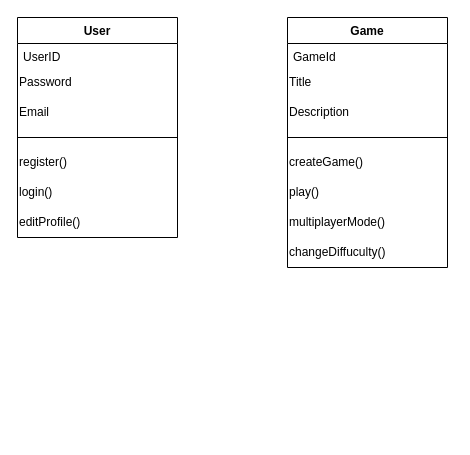
Above: System Design.drawio in sirfan123/1530 (draw.io), before the change. Source tidied: cells renumbered, new cells numbered last; positions are measured from the earlier drawing's top-left corner, leaving out a move shared by most shapes. Both pictures are drawn from the tidied source at 100%, with x=0, y=0 at pixel (17, 17).
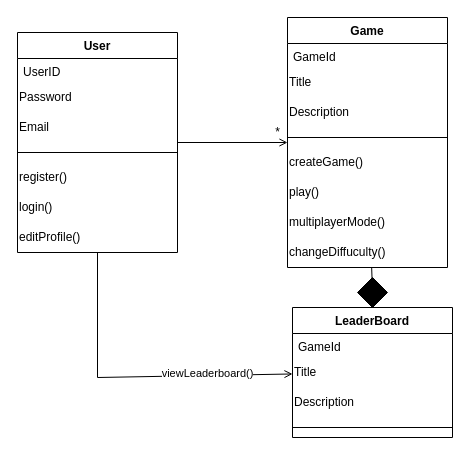
The same diagram, later.

The change refers to these unchanged cells:
```xml
<mxCell id="10" value="Game" style="swimlane;fontStyle=1;align=center;verticalAlign=top;horizontal=1;startSize=26;whiteSpace=wrap;html=1;" parent="1" vertex="1">
  <mxGeometry x="270" width="160" height="250" as="geometry" />
</mxCell>
```

Change to the diagram source:
```diff
@@
     <mxCell id="2" value="User" style="swimlane;fontStyle=1;align=center;verticalAlign=top;horizontal=1;startSize=26;whiteSpace=wrap;html=1;" parent="1" vertex="1">
-      <mxGeometry width="160" height="220" as="geometry" />
+      <mxGeometry y="15" width="160" height="220" as="geometry" />
     </mxCell>
@@
+    <mxCell id="19" style="endArrow=open;html=1;rounded=0;endFill=0;" parent="1" edge="1" source="2" target="10">
+      <mxGeometry relative="1" as="geometry" />
+    </mxCell>
+    <mxCell id="20" value="*" style="text;html=1;align=center;verticalAlign=middle;strokeColor=none;fillColor=none;" parent="1" vertex="1">
+      <mxGeometry x="245" y="100" width="30" height="30" as="geometry" />
+    </mxCell>
+    <mxCell id="21" value="LeaderBoard" style="swimlane;fontStyle=1;align=center;verticalAlign=top;horizontal=1;startSize=26;whiteSpace=wrap;html=1;" parent="1" vertex="1">
+      <mxGeometry x="275" y="290" width="160" height="130" as="geometry" />
+    </mxCell>
+    <mxCell id="22" value="GameId" style="text;strokeColor=none;fillColor=none;align=left;verticalAlign=top;spacingLeft=4;spacingRight=4;overflow=hidden;whiteSpace=wrap;html=1;" parent="21" vertex="1">
+      <mxGeometry y="26" width="160" height="24" as="geometry" />
+    </mxCell>
+    <mxCell id="23" value="Title" style="text;html=1;align=left;verticalAlign=middle;strokeColor=none;fillColor=none;" parent="21" vertex="1">
+      <mxGeometry y="50" width="160" height="30" as="geometry" />
+    </mxCell>
+    <mxCell id="24" value="Description" style="text;html=1;align=left;verticalAlign=middle;strokeColor=none;fillColor=none;" parent="21" vertex="1">
+      <mxGeometry y="80" width="160" height="30" as="geometry" />
+    </mxCell>
+    <mxCell id="25" style="line;strokeWidth=1;fillColor=none;align=left;verticalAlign=middle;spacingTop=-1;spacingLeft=3;spacingRight=3;labelPosition=right;strokeColor=inherit;" parent="21" vertex="1">
+      <mxGeometry y="110" width="160" height="20" as="geometry" />
+    </mxCell>
+    <mxCell id="26" style="endArrow=none;html=1;rounded=0;endFill=0;" parent="1" edge="1" source="28" target="21">
+      <mxGeometry relative="1" as="geometry" />
+    </mxCell>
+    <mxCell id="27" style="endArrow=none;html=1;rounded=0;endFill=0;" parent="1" edge="1" source="10" target="28">
+      <mxGeometry relative="1" as="geometry" />
+    </mxCell>
+    <mxCell id="28" style="rhombus;whiteSpace=wrap;html=1;fillColor=#000000;" parent="1" vertex="1">
+      <mxGeometry x="340" y="260" width="30" height="30" as="geometry" />
+    </mxCell>
+    <mxCell id="29" style="endArrow=open;html=1;rounded=0;endFill=0;" parent="1" edge="1" source="2" target="21">
+      <mxGeometry relative="1" as="geometry">
+        <Array as="points">
+          <mxPoint x="80" y="360" />
+        </Array>
+      </mxGeometry>
+    </mxCell>
+    <mxCell id="30" value="viewLeaderboard()" style="edgeLabel;html=1;align=center;verticalAlign=middle;" parent="29" vertex="1">
+      <mxGeometry x="0.47" y="3" relative="1" as="geometry" />
+    </mxCell>
```
